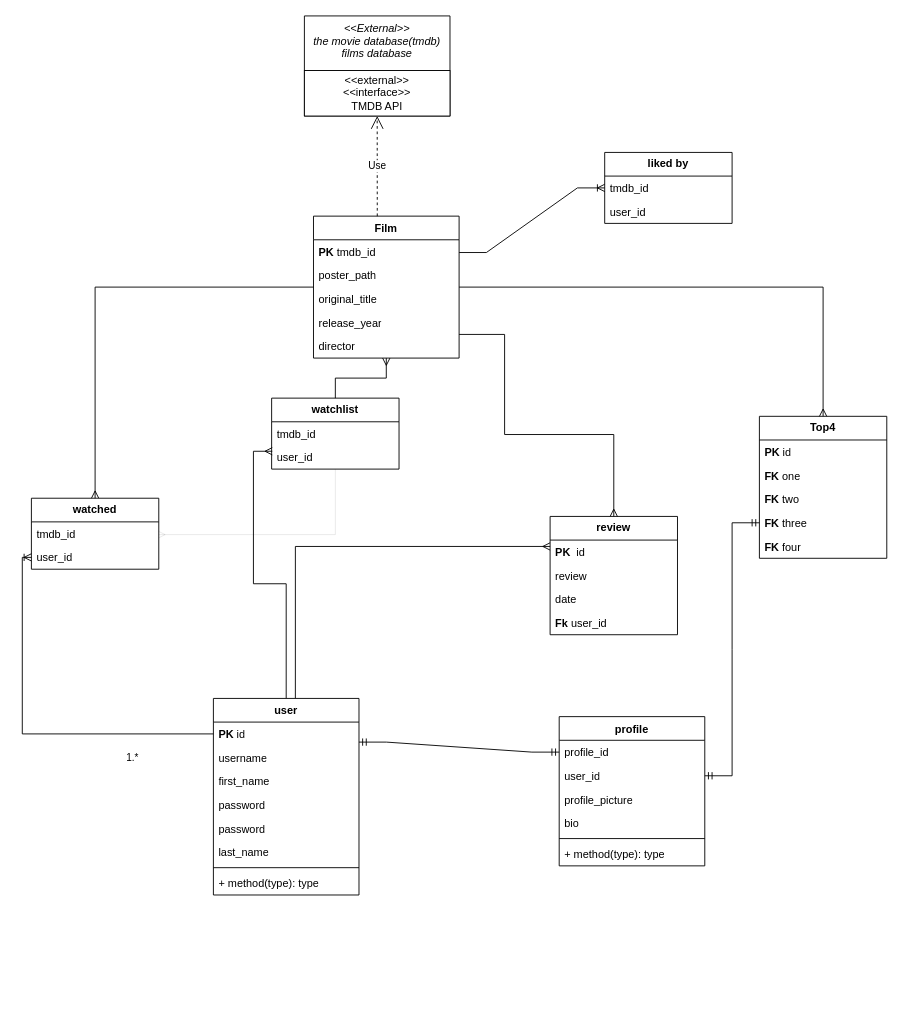
This is uml.drawio from harshaldotcpp/flixboxd, a draw.io file, before an edit. Source tidied: cells renumbered, new cells numbered last; positions are measured from the earlier drawing's top-left corner, leaving out a move shared by most shapes. Both pictures are drawn from the tidied source at 91%, with x=0, y=0 at pixel (31, 15).
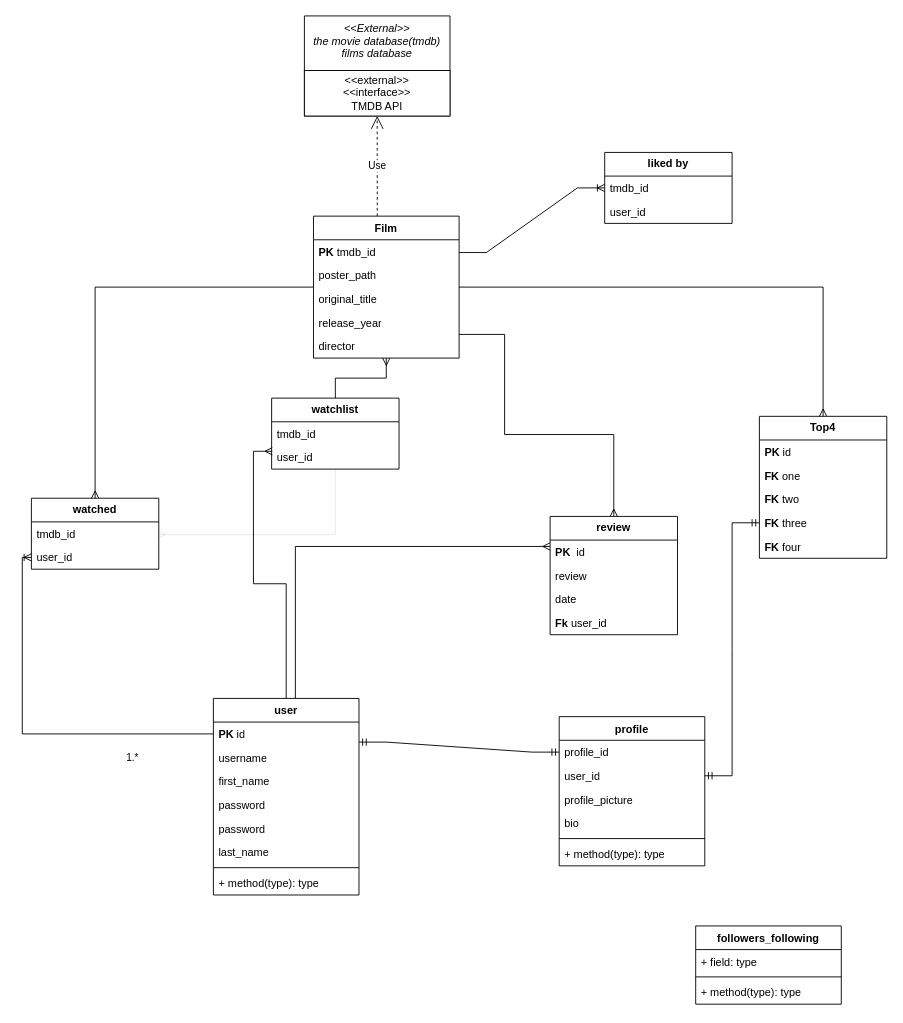
Above is the later version.

Change to the diagram source:
```diff
@@
+    <mxCell id="59" value="followers_following" style="swimlane;fontStyle=1;align=center;verticalAlign=top;horizontal=1;startSize=26;whiteSpace=wrap;html=1;" parent="1" vertex="1">
+      <mxGeometry x="730" y="1000" width="160" height="86" as="geometry" />
+    </mxCell>
+    <mxCell id="60" value="+ field: type" style="text;strokeColor=none;fillColor=none;align=left;verticalAlign=top;spacingLeft=4;spacingRight=4;overflow=hidden;whiteSpace=wrap;html=1;" parent="59" vertex="1">
+      <mxGeometry y="26" width="160" height="26" as="geometry" />
+    </mxCell>
+    <mxCell id="61" style="line;strokeWidth=1;fillColor=none;align=left;verticalAlign=middle;spacingTop=-1;spacingLeft=3;spacingRight=3;labelPosition=right;strokeColor=inherit;" parent="59" vertex="1">
+      <mxGeometry y="52" width="160" height="8" as="geometry" />
+    </mxCell>
+    <mxCell id="62" value="+ method(type): type" style="text;strokeColor=none;fillColor=none;align=left;verticalAlign=top;spacingLeft=4;spacingRight=4;overflow=hidden;whiteSpace=wrap;html=1;" parent="59" vertex="1">
+      <mxGeometry y="60" width="160" height="26" as="geometry" />
+    </mxCell>
```
